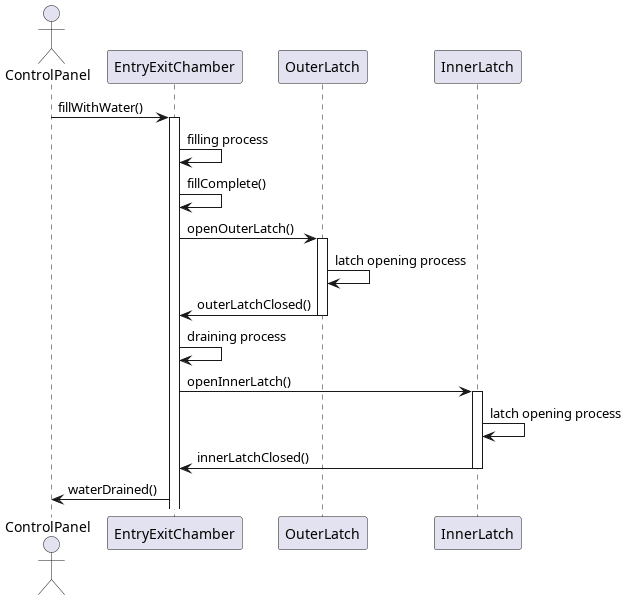
PraneethJain/DASS keeps this PlantUML diagram as class-activity/sequence_diagram.png. Above is the earlier version.
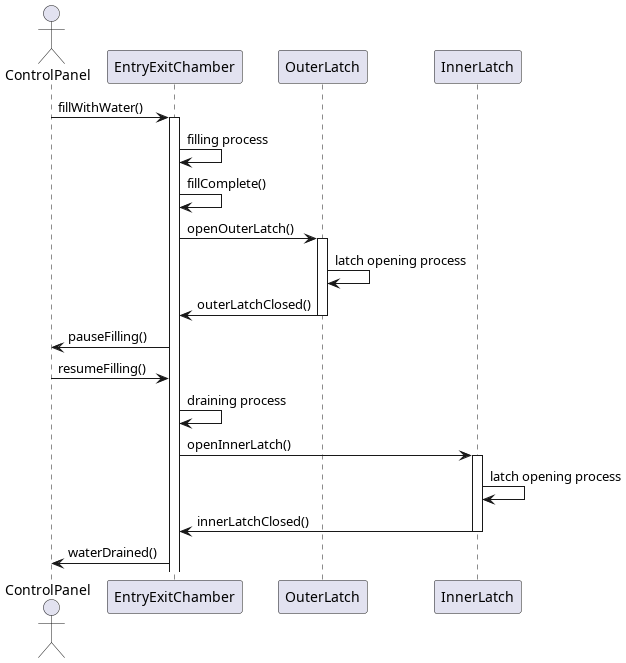
Above is the later version.

Commit message:
fix: add pause resume

Diff of the diagram source:
```diff
@@ -14,6 +14,8 @@
 Outer -> Outer: latch opening process
 Outer -> Chamber: outerLatchClosed()
 deactivate Outer
+Chamber -> ControlPanel: pauseFilling()
+ControlPanel -> Chamber: resumeFilling()
 Chamber -> Chamber: draining process
 Chamber -> Inner: openInnerLatch()
 activate Inner
```
